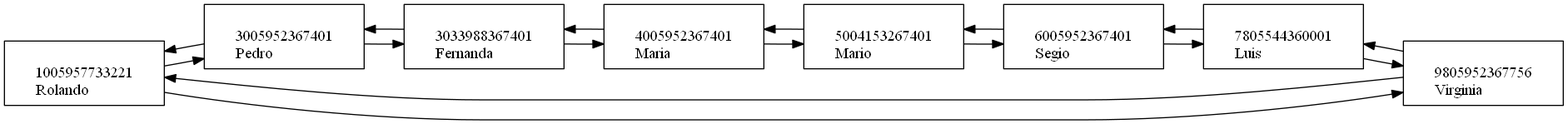
Angel357/-EDD-Proyecto2 keeps this Graphviz diagram as Proyecto2/graphListaC.png. Above is the earlier version. Its source is kept beside it as Proyecto2/graphListaC.dot.
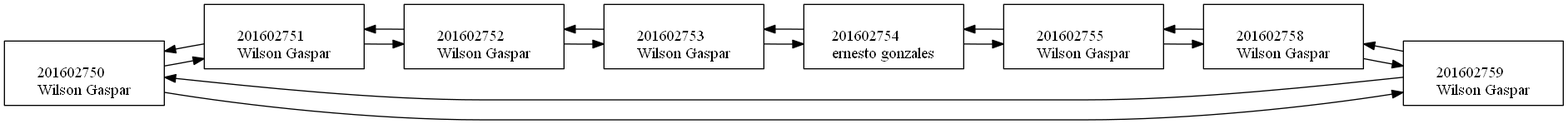
Later version of the same file.

Change to the diagram source:
```diff
@@ -1,68 +1,68 @@
 digraph {
 node[shape=box width=2 height=0.8];
 rankdir=LR;
-"1005957733221
-Rolando"
-"1005957733221
-Rolando"->"3005952367401
-Pedro"
-"1005957733221
-Rolando"->"9805952367756
-Virginia"
-"3005952367401
-Pedro"
-"3005952367401
-Pedro"->"3033988367401
-Fernanda"
-"3005952367401
-Pedro"->"1005957733221
-Rolando"
-"3033988367401
-Fernanda"
-"3033988367401
-Fernanda"->"4005952367401
-Maria"
-"3033988367401
-Fernanda"->"3005952367401
-Pedro"
-"4005952367401
-Maria"
-"4005952367401
-Maria"->"5004153267401
-Mario"
-"4005952367401
-Maria"->"3033988367401
-Fernanda"
-"5004153267401
-Mario"
-"5004153267401
-Mario"->"6005952367401
-Segio"
-"5004153267401
-Mario"->"4005952367401
-Maria"
-"6005952367401
-Segio"
-"6005952367401
-Segio"->"7805544360001
-Luis"
-"6005952367401
-Segio"->"5004153267401
-Mario"
-"7805544360001
-Luis"
-"7805544360001
-Luis"->"9805952367756
-Virginia"
-"7805544360001
-Luis"->"6005952367401
-Segio"
-"9805952367756
-Virginia"
-"9805952367756
-Virginia"->"1005957733221
-Rolando"
-"9805952367756
-Virginia"->"7805544360001
-Luis"
+"201602750
+Wilson Gaspar"
+"201602750
+Wilson Gaspar"->"201602751
+Wilson Gaspar"
+"201602750
+Wilson Gaspar"->"201602759
+Wilson Gaspar"
+"201602751
+Wilson Gaspar"
+"201602751
+Wilson Gaspar"->"201602752
+Wilson Gaspar"
+"201602751
+Wilson Gaspar"->"201602750
+Wilson Gaspar"
+"201602752
+Wilson Gaspar"
+"201602752
+Wilson Gaspar"->"201602753
+Wilson Gaspar"
+"201602752
+Wilson Gaspar"->"201602751
+Wilson Gaspar"
+"201602753
+Wilson Gaspar"
+"201602753
+Wilson Gaspar"->"201602754
+ernesto gonzales"
+"201602753
+Wilson Gaspar"->"201602752
+Wilson Gaspar"
+"201602754
+ernesto gonzales"
+"201602754
+ernesto gonzales"->"201602755
+Wilson Gaspar"
+"201602754
+ernesto gonzales"->"201602753
+Wilson Gaspar"
+"201602755
+Wilson Gaspar"
+"201602755
+Wilson Gaspar"->"201602758
+Wilson Gaspar"
+"201602755
+Wilson Gaspar"->"201602754
+ernesto gonzales"
+"201602758
+Wilson Gaspar"
+"201602758
+Wilson Gaspar"->"201602759
+Wilson Gaspar"
+"201602758
+Wilson Gaspar"->"201602755
+Wilson Gaspar"
+"201602759
+Wilson Gaspar"
+"201602759
+Wilson Gaspar"->"201602750
+Wilson Gaspar"
+"201602759
+Wilson Gaspar"->"201602758
+Wilson Gaspar"
  }
```
